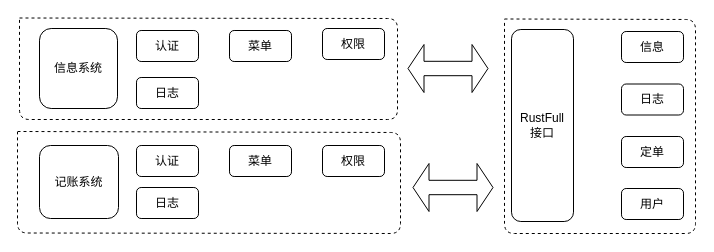
yiuked/diagram keeps this draw.io diagram as ocot-jiagou.drawio. Above is the earlier version. Source tidied: cells renumbered, new cells numbered last; positions are measured from the earlier drawing's top-left corner, leaving out a move shared by most shapes. Both pictures are drawn from the tidied source at 100%, with x=0, y=0 at pixel (17, 17).
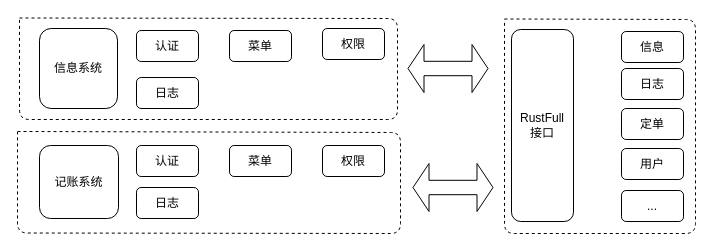
The same page after the edit.

What changed in the source:
```diff
@@
     <mxCell id="15" value="用户" style="rounded=1;whiteSpace=wrap;html=1;" parent="1" vertex="1">
-      <mxGeometry x="604" y="171" width="62" height="31" as="geometry" />
+      <mxGeometry x="604" y="131" width="62" height="31" as="geometry" />
     </mxCell>
@@
     <mxCell id="17" value="定单" style="rounded=1;whiteSpace=wrap;html=1;" parent="1" vertex="1">
-      <mxGeometry x="604" y="119" width="62" height="31" as="geometry" />
+      <mxGeometry x="604" y="91" width="62" height="31" as="geometry" />
     </mxCell>
     <mxCell id="18" value="日志" style="rounded=1;whiteSpace=wrap;html=1;" parent="1" vertex="1">
-      <mxGeometry x="604" y="66.5" width="62" height="31" as="geometry" />
+      <mxGeometry x="604" y="51" width="62" height="31" as="geometry" />
     </mxCell>
@@
+    <mxCell id="22" value="..." style="rounded=1;whiteSpace=wrap;html=1;" parent="1" vertex="1">
+      <mxGeometry x="604" y="173" width="62" height="31" as="geometry" />
+    </mxCell>
```
